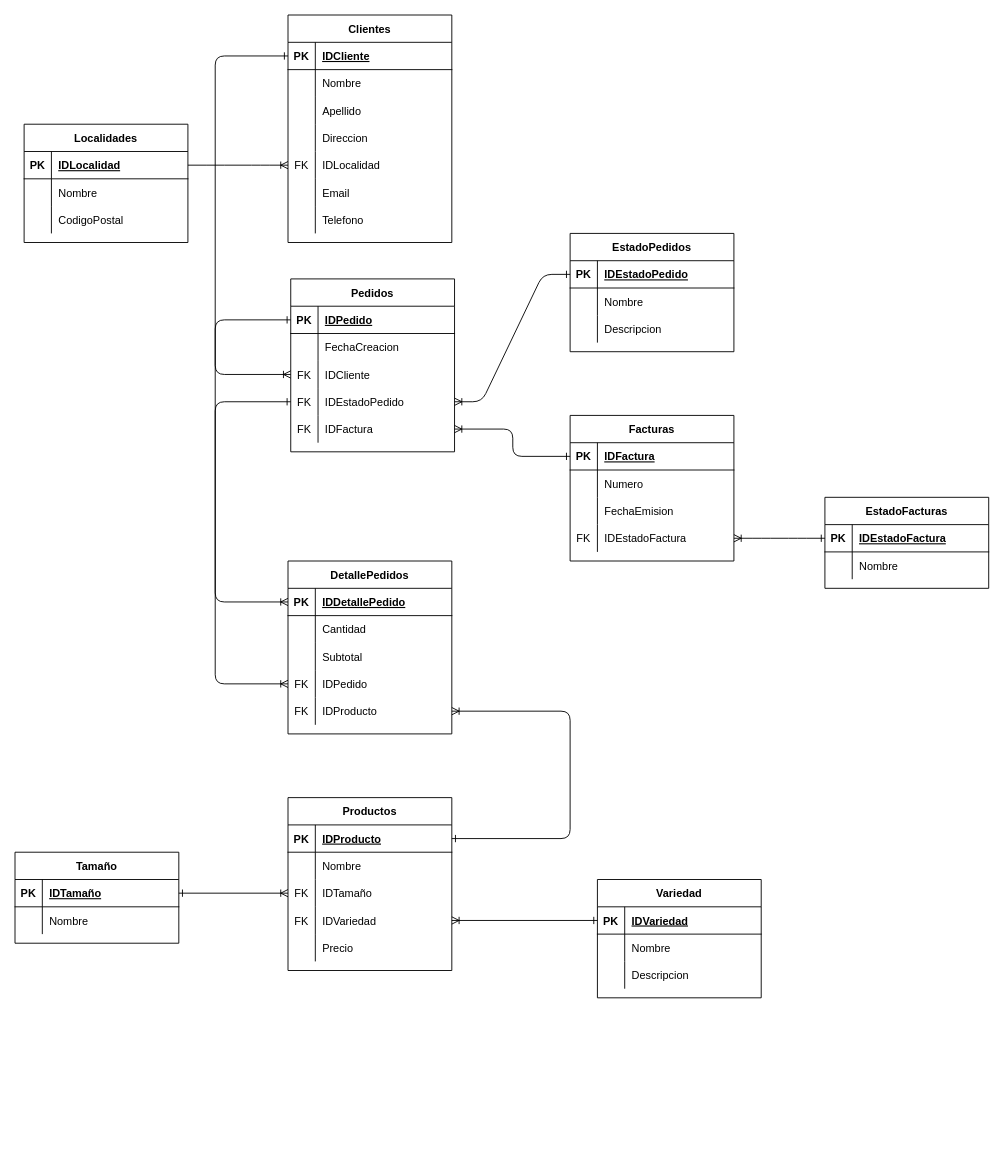
Earlier version of the draw.io diagram Delivery DER.drawio (RailGun15/laboratorio3-20202c). Source tidied: cells renumbered, new cells numbered last; positions are measured from the earlier drawing's top-left corner, leaving out a move shared by most shapes. Both pictures are drawn from the tidied source at 91%, with x=0, y=0 at pixel (15, 15).
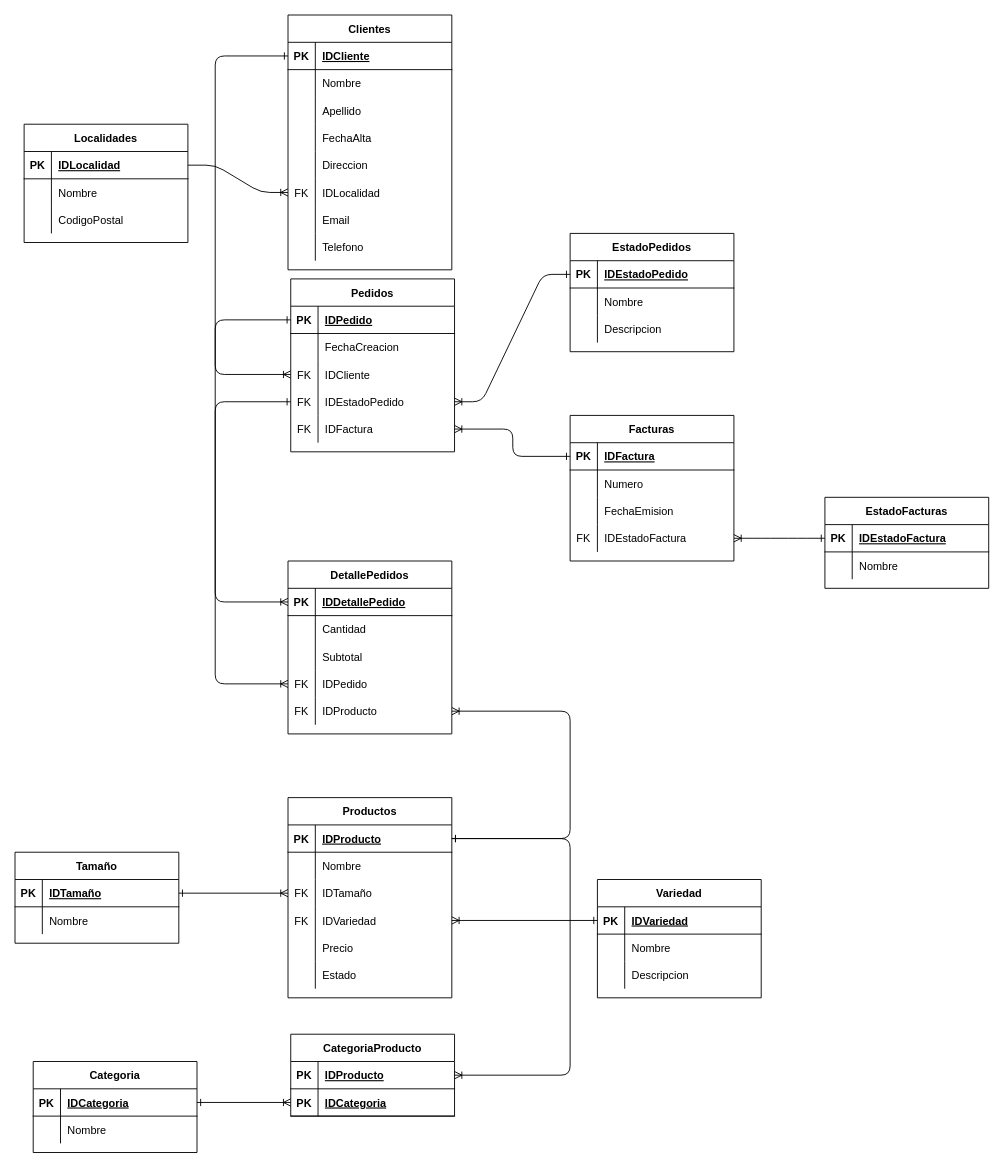
The same page after the edit.

The change refers to these unchanged cells:
```xml
<mxCell id="57" style="shape=partialRectangle;fillColor=none;top=0;left=0;bottom=1;right=0;points=[[0,0.5],[1,0.5]];portConstraint=eastwest;" parent="56" vertex="1">
  <mxGeometry y="30" width="180" height="30" as="geometry" />
</mxCell>
```

Change to the diagram source:
```diff
@@
     <mxCell id="34" value="Clientes" style="shape=table;startSize=30;childLayout=tableLayout;rowLines=0;fontStyle=1;align=center;" parent="1" vertex="1">
-      <mxGeometry x="300" width="180" height="250" as="geometry" />
+      <mxGeometry x="300" width="180" height="280" as="geometry" />
     </mxCell>
@@
+    <mxCell id="139" style="shape=partialRectangle;fillColor=none;top=0;left=0;bottom=0;right=0;" parent="34" vertex="1">
+      <mxGeometry y="120" width="180" height="30" as="geometry" />
+    </mxCell>
+    <mxCell id="140" style="shape=partialRectangle;fillColor=none;top=0;left=0;bottom=0;right=0;overflow=hidden;" parent="139" vertex="1">
+      <mxGeometry width="30" height="30" as="geometry" />
+    </mxCell>
+    <mxCell id="141" value="FechaAlta" style="shape=partialRectangle;fillColor=none;top=0;left=0;bottom=0;right=0;align=left;spacingLeft=6;overflow=hidden;" parent="139" vertex="1">
+      <mxGeometry x="30" width="150" height="30" as="geometry" />
+    </mxCell>
     <mxCell id="44" style="shape=partialRectangle;fillColor=none;top=0;left=0;bottom=0;right=0;" parent="34" vertex="1">
-      <mxGeometry y="120" width="180" height="30" as="geometry" />
+      <mxGeometry y="150" width="180" height="30" as="geometry" />
     </mxCell>
@@
     <mxCell id="47" style="shape=partialRectangle;fillColor=none;top=0;left=0;bottom=0;right=0;points=[[0,0.5],[1,0.5]];portConstraint=eastwest;" parent="34" vertex="1">
-      <mxGeometry y="150" width="180" height="30" as="geometry" />
+      <mxGeometry y="180" width="180" height="30" as="geometry" />
     </mxCell>
@@
     <mxCell id="50" style="shape=partialRectangle;fillColor=none;top=0;left=0;bottom=0;right=0;" parent="34" vertex="1">
-      <mxGeometry y="180" width="180" height="30" as="geometry" />
+      <mxGeometry y="210" width="180" height="30" as="geometry" />
     </mxCell>
@@
     <mxCell id="53" style="shape=partialRectangle;fillColor=none;top=0;left=0;bottom=0;right=0;" parent="34" vertex="1">
-      <mxGeometry y="210" width="180" height="30" as="geometry" />
+      <mxGeometry y="240" width="180" height="30" as="geometry" />
     </mxCell>
@@
     <mxCell id="56" value="Productos" style="shape=table;startSize=30;childLayout=tableLayout;rowLines=0;fontStyle=1;align=center;" parent="1" vertex="1">
-      <mxGeometry x="300" y="860" width="180" height="190" as="geometry" />
+      <mxGeometry x="300" y="860" width="180" height="220" as="geometry" />
     </mxCell>
@@
+    <mxCell id="142" style="shape=partialRectangle;fillColor=none;top=0;left=0;bottom=0;right=0;" parent="56" vertex="1">
+      <mxGeometry y="180" width="180" height="30" as="geometry" />
+    </mxCell>
+    <mxCell id="143" style="shape=partialRectangle;fillColor=none;top=0;left=0;bottom=0;right=0;overflow=hidden;" parent="142" vertex="1">
+      <mxGeometry width="30" height="30" as="geometry" />
+    </mxCell>
+    <mxCell id="144" value="Estado" style="shape=partialRectangle;fillColor=none;top=0;left=0;bottom=0;right=0;align=left;spacingLeft=6;overflow=hidden;" parent="142" vertex="1">
+      <mxGeometry x="30" width="150" height="30" as="geometry" />
+    </mxCell>
@@
+    <mxCell id="145" value="Categoria" style="shape=table;startSize=30;childLayout=tableLayout;rowLines=0;fontStyle=1;align=center;" parent="1" vertex="1">
+      <mxGeometry x="20" y="1150" width="180" height="100" as="geometry" />
+    </mxCell>
+    <mxCell id="146" style="shape=partialRectangle;fillColor=none;top=0;left=0;bottom=1;right=0;points=[[0,0.5],[1,0.5]];portConstraint=eastwest;" parent="145" vertex="1">
+      <mxGeometry y="30" width="180" height="30" as="geometry" />
+    </mxCell>
+    <mxCell id="147" value="PK" style="shape=partialRectangle;fillColor=none;top=0;left=0;bottom=0;right=0;fontStyle=1;overflow=hidden;" parent="146" vertex="1">
+      <mxGeometry width="30" height="30" as="geometry" />
+    </mxCell>
+    <mxCell id="148" value="IDCategoria" style="shape=partialRectangle;fillColor=none;top=0;left=0;bottom=0;right=0;align=left;spacingLeft=6;fontStyle=5;overflow=hidden;" parent="146" vertex="1">
+      <mxGeometry x="30" width="150" height="30" as="geometry" />
+    </mxCell>
+    <mxCell id="149" style="shape=partialRectangle;fillColor=none;top=0;left=0;bottom=0;right=0;" parent="145" vertex="1">
+      <mxGeometry y="60" width="180" height="30" as="geometry" />
+    </mxCell>
+    <mxCell id="150" style="shape=partialRectangle;fillColor=none;top=0;left=0;bottom=0;right=0;overflow=hidden;" parent="149" vertex="1">
+      <mxGeometry width="30" height="30" as="geometry" />
+    </mxCell>
+    <mxCell id="151" value="Nombre" style="shape=partialRectangle;fillColor=none;top=0;left=0;bottom=0;right=0;align=left;spacingLeft=6;overflow=hidden;" parent="149" vertex="1">
+      <mxGeometry x="30" width="150" height="30" as="geometry" />
+    </mxCell>
+    <mxCell id="152" value="CategoriaProducto" style="shape=table;startSize=30;childLayout=tableLayout;rowLines=0;fontStyle=1;align=center;" parent="1" vertex="1">
+      <mxGeometry x="303" y="1120" width="180" height="90" as="geometry" />
+    </mxCell>
+    <mxCell id="153" style="shape=partialRectangle;fillColor=none;top=0;left=0;bottom=1;right=0;points=[[0,0.5],[1,0.5]];portConstraint=eastwest;" parent="152" vertex="1">
+      <mxGeometry y="30" width="180" height="30" as="geometry" />
+    </mxCell>
+    <mxCell id="154" value="PK" style="shape=partialRectangle;fillColor=none;top=0;left=0;bottom=0;right=0;fontStyle=1;overflow=hidden;" parent="153" vertex="1">
+      <mxGeometry width="30" height="30" as="geometry" />
+    </mxCell>
+    <mxCell id="155" value="IDProducto" style="shape=partialRectangle;fillColor=none;top=0;left=0;bottom=0;right=0;align=left;spacingLeft=6;fontStyle=5;overflow=hidden;" parent="153" vertex="1">
+      <mxGeometry x="30" width="150" height="30" as="geometry" />
+    </mxCell>
+    <mxCell id="156" style="shape=partialRectangle;fillColor=none;top=0;left=0;bottom=1;right=0;points=[[0,0.5],[1,0.5]];portConstraint=eastwest;" parent="152" vertex="1">
+      <mxGeometry y="60" width="180" height="30" as="geometry" />
+    </mxCell>
+    <mxCell id="157" value="PK" style="shape=partialRectangle;fillColor=none;top=0;left=0;bottom=0;right=0;fontStyle=1;overflow=hidden;" parent="156" vertex="1">
+      <mxGeometry width="30" height="30" as="geometry" />
+    </mxCell>
+    <mxCell id="158" value="IDCategoria" style="shape=partialRectangle;fillColor=none;top=0;left=0;bottom=0;right=0;align=left;spacingLeft=6;fontStyle=5;overflow=hidden;" parent="156" vertex="1">
+      <mxGeometry x="30" width="150" height="30" as="geometry" />
+    </mxCell>
+    <mxCell id="159" style="fontSize=12;html=1;endArrow=ERone;startArrow=ERoneToMany;startFill=0;endFill=0;entryX=1;entryY=0.5;entryDx=0;entryDy=0;edgeStyle=elbowEdgeStyle;exitX=1;exitY=0.5;exitDx=0;exitDy=0;" parent="1" edge="1" source="153" target="57">
+      <mxGeometry relative="1" as="geometry">
+        <Array as="points">
+          <mxPoint x="610" y="1030" />
+        </Array>
+      </mxGeometry>
+    </mxCell>
+    <mxCell id="160" style="fontSize=12;html=1;endArrow=ERone;startArrow=ERoneToMany;startFill=0;endFill=0;exitX=0;exitY=0.5;exitDx=0;exitDy=0;entryX=1;entryY=0.5;entryDx=0;entryDy=0;" parent="1" edge="1" source="156" target="146">
+      <mxGeometry relative="1" as="geometry" />
+    </mxCell>
```
